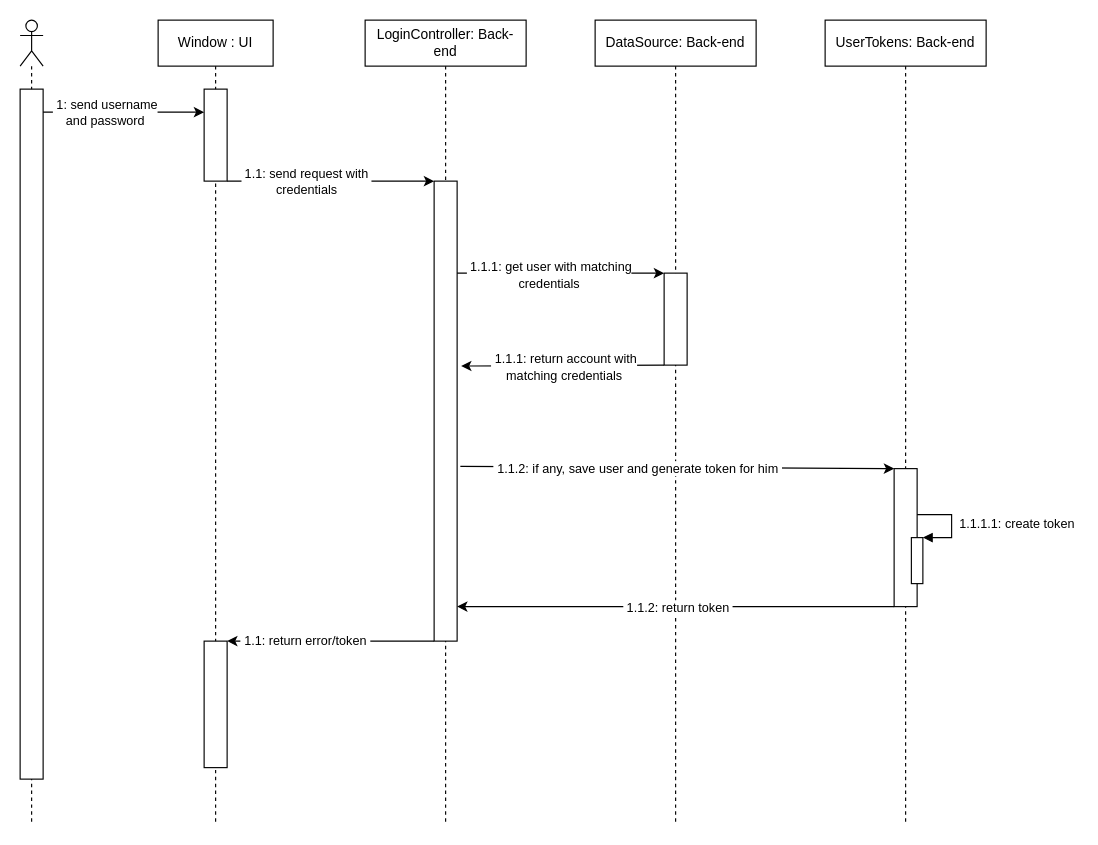
The draw.io diagram s3_individual_project/s3_login_sequence_giagram.drawio in Gryfin123/diagrams_with_no_context, before the edit. Source tidied: cells renumbered, new cells numbered last; positions are measured from the earlier drawing's top-left corner, leaving out a move shared by most shapes. Both pictures are drawn from the tidied source at 115%, with x=0, y=0 at pixel (20, 20).
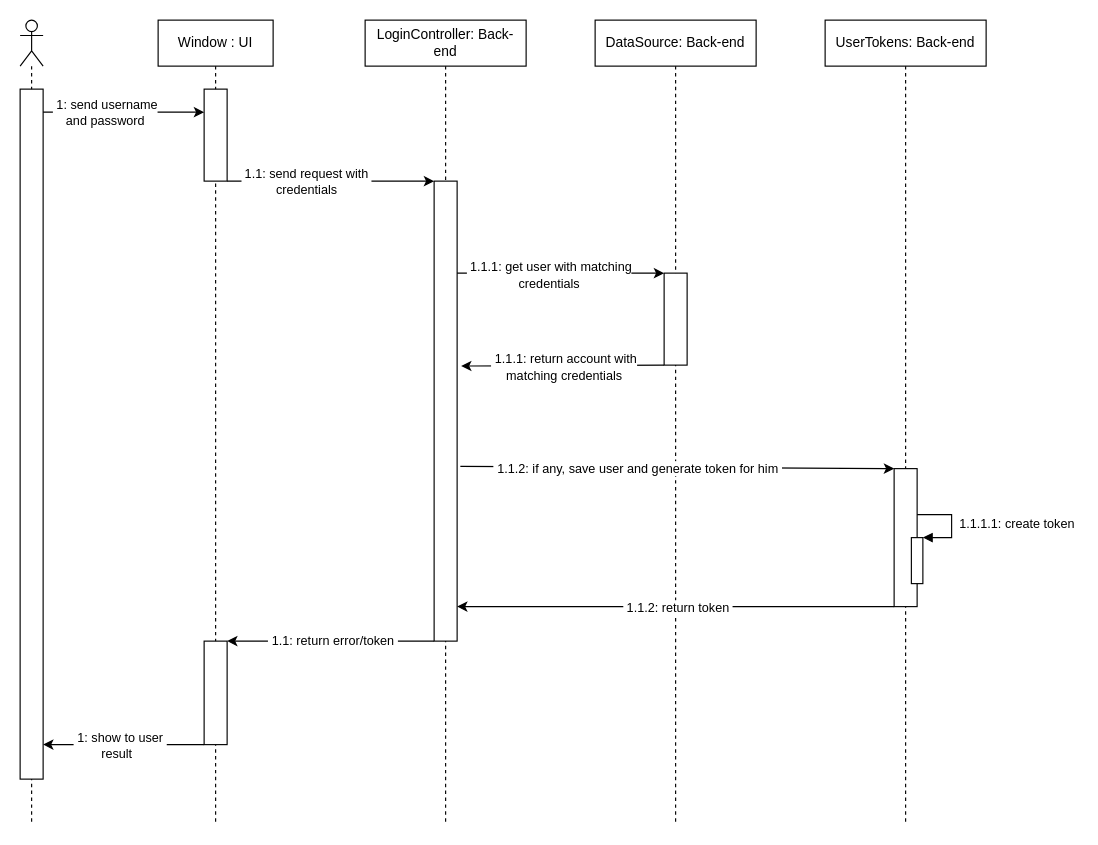
After the change.

Unchanged cells that the change refers to:
```xml
<mxCell id="4" value="Window : UI" style="shape=umlLifeline;perimeter=lifelinePerimeter;whiteSpace=wrap;html=1;" parent="1" vertex="1">
  <mxGeometry x="120" width="100" height="700" as="geometry" />
</mxCell>
<mxCell id="27" style="endArrow=classic;html=1;rounded=0;entryX=1;entryY=0;entryDx=0;entryDy=0;exitX=0;exitY=1;exitDx=0;exitDy=0;" parent="1" edge="1" source="8" target="6">
  <mxGeometry relative="1" as="geometry" />
</mxCell>
```

Diff of the diagram source:
```diff
@@
     <mxCell id="6" style="rounded=0;whiteSpace=wrap;html=1;" parent="4" vertex="1">
-      <mxGeometry x="40" y="540" width="20" height="110" as="geometry" />
+      <mxGeometry x="40" y="540" width="20" height="90" as="geometry" />
     </mxCell>
@@
     <mxCell id="28" value="&amp;nbsp;1.1: return error/token&amp;nbsp;" style="edgeLabel;html=1;align=center;verticalAlign=middle;" parent="27" vertex="1">
       <mxGeometry x="-0.24" relative="1" as="geometry">
-        <mxPoint x="-45" as="offset" />
+        <mxPoint x="-21" as="offset" />
       </mxGeometry>
     </mxCell>
+    <mxCell id="29" style="endArrow=classic;html=1;rounded=0;entryX=1;entryY=0;entryDx=0;entryDy=0;exitX=0;exitY=1;exitDx=0;exitDy=0;" parent="1" edge="1" source="6">
+      <mxGeometry relative="1" as="geometry">
+        <mxPoint x="20" y="630" as="targetPoint" />
+      </mxGeometry>
+    </mxCell>
+    <mxCell id="30" value="&amp;nbsp;1: show to user&amp;nbsp;&lt;br&gt;result&amp;nbsp;&amp;nbsp;" style="edgeLabel;html=1;align=center;verticalAlign=middle;" parent="29" vertex="1">
+      <mxGeometry x="-0.24" relative="1" as="geometry">
+        <mxPoint x="-21" as="offset" />
+      </mxGeometry>
+    </mxCell>
```
